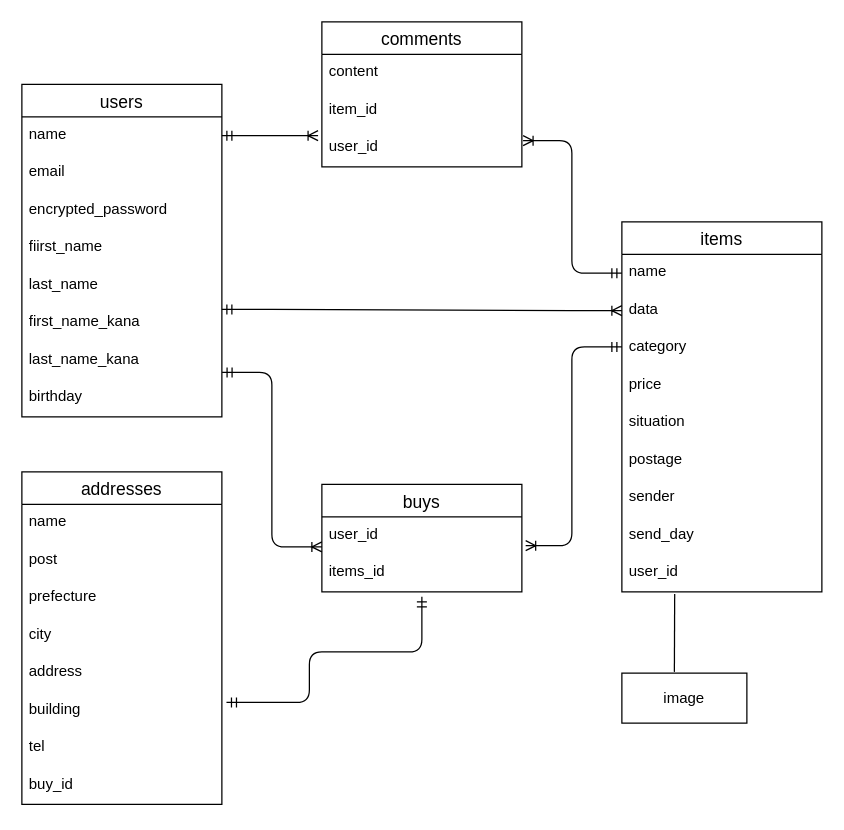
The draw.io diagram furima.dio in sugimotohayato/furima-39259, before the edit. Source tidied: cells renumbered, new cells numbered last; positions are measured from the earlier drawing's top-left corner, leaving out a move shared by most shapes. Both pictures are drawn from the tidied source at 125%, with x=0, y=0 at pixel (21, 21).
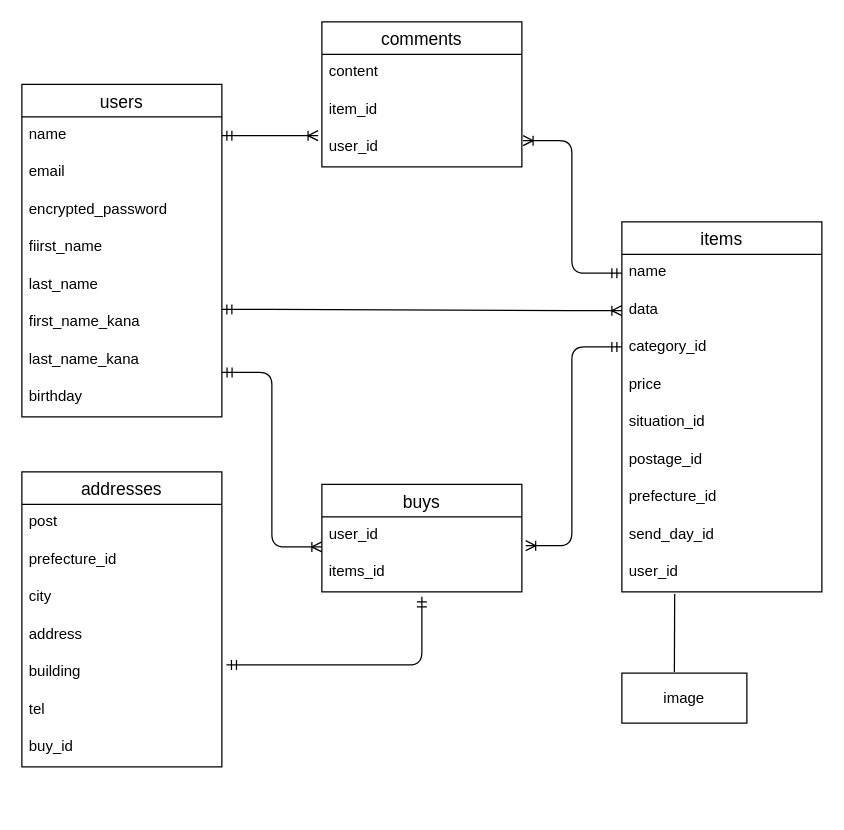
The same diagram, later.

The change refers to these unchanged cells:
```xml
<mxCell id="26" value="items_id" style="text;strokeColor=none;fillColor=none;spacingLeft=4;spacingRight=4;overflow=hidden;points=[[0,0.5],[1,0.5]];portConstraint=eastwest;fontSize=12;" parent="24" vertex="1">
  <mxGeometry y="56" width="160" height="30" as="geometry" />
</mxCell>
<mxCell id="27" value="items" style="swimlane;fontStyle=0;horizontal=1;startSize=26;align=center;fontSize=14;" parent="1" vertex="1">
  <mxGeometry x="480" y="160" width="160" height="296" as="geometry" />
</mxCell>
```

What changed in the source:
```diff
@@
     <mxCell id="11" value="addresses" style="swimlane;fontStyle=0;horizontal=1;startSize=26;align=center;fontSize=14;" parent="1" vertex="1">
-      <mxGeometry y="360" width="160" height="266" as="geometry" />
+      <mxGeometry y="360" width="160" height="236" as="geometry" />
     </mxCell>
-    <mxCell id="12" value="name" style="text;strokeColor=none;fillColor=none;spacingLeft=4;spacingRight=4;overflow=hidden;fontSize=12;" parent="11" vertex="1">
-      <mxGeometry y="26" width="160" height="30" as="geometry" />
-    </mxCell>
     <mxCell id="13" value="post" style="text;strokeColor=none;fillColor=none;spacingLeft=4;spacingRight=4;overflow=hidden;fontSize=12;" parent="11" vertex="1">
-      <mxGeometry y="56" width="160" height="30" as="geometry" />
+      <mxGeometry y="26" width="160" height="30" as="geometry" />
     </mxCell>
-    <mxCell id="14" value="prefecture" style="text;strokeColor=none;fillColor=none;spacingLeft=4;spacingRight=4;overflow=hidden;fontSize=12;" parent="11" vertex="1">
-      <mxGeometry y="86" width="160" height="30" as="geometry" />
+    <mxCell id="14" value="prefecture_id" style="text;strokeColor=none;fillColor=none;spacingLeft=4;spacingRight=4;overflow=hidden;fontSize=12;" parent="11" vertex="1">
+      <mxGeometry y="56" width="160" height="30" as="geometry" />
     </mxCell>
     <mxCell id="15" value="city" style="text;strokeColor=none;fillColor=none;spacingLeft=4;spacingRight=4;overflow=hidden;fontSize=12;" parent="11" vertex="1">
-      <mxGeometry y="116" width="160" height="30" as="geometry" />
+      <mxGeometry y="86" width="160" height="30" as="geometry" />
     </mxCell>
     <mxCell id="16" value="address" style="text;strokeColor=none;fillColor=none;spacingLeft=4;spacingRight=4;overflow=hidden;fontSize=12;" parent="11" vertex="1">
-      <mxGeometry y="146" width="160" height="30" as="geometry" />
+      <mxGeometry y="116" width="160" height="30" as="geometry" />
     </mxCell>
     <mxCell id="17" value="building&#10;&#10;&#10;" style="text;strokeColor=none;fillColor=none;spacingLeft=4;spacingRight=4;overflow=hidden;points=[[0,0.5],[1,0.5]];portConstraint=eastwest;fontSize=12;" parent="11" vertex="1">
-      <mxGeometry y="176" width="160" height="30" as="geometry" />
+      <mxGeometry y="146" width="160" height="30" as="geometry" />
     </mxCell>
     <mxCell id="18" value="tel" style="text;strokeColor=none;fillColor=none;spacingLeft=4;spacingRight=4;overflow=hidden;fontSize=12;" parent="11" vertex="1">
-      <mxGeometry y="206" width="160" height="30" as="geometry" />
+      <mxGeometry y="176" width="160" height="30" as="geometry" />
     </mxCell>
     <mxCell id="19" value="buy_id" style="text;strokeColor=none;fillColor=none;spacingLeft=4;spacingRight=4;overflow=hidden;fontSize=12;" parent="11" vertex="1">
-      <mxGeometry y="236" width="160" height="30" as="geometry" />
+      <mxGeometry y="206" width="160" height="30" as="geometry" />
     </mxCell>
@@
-    <mxCell id="30" value="category" style="text;strokeColor=none;fillColor=none;spacingLeft=4;spacingRight=4;overflow=hidden;fontSize=12;" parent="27" vertex="1">
+    <mxCell id="30" value="category_id" style="text;strokeColor=none;fillColor=none;spacingLeft=4;spacingRight=4;overflow=hidden;fontSize=12;" parent="27" vertex="1">
       <mxGeometry y="86" width="160" height="30" as="geometry" />
     </mxCell>
@@
-    <mxCell id="32" value="situation" style="text;strokeColor=none;fillColor=none;spacingLeft=4;spacingRight=4;overflow=hidden;fontSize=12;" parent="27" vertex="1">
+    <mxCell id="32" value="situation_id" style="text;strokeColor=none;fillColor=none;spacingLeft=4;spacingRight=4;overflow=hidden;fontSize=12;" parent="27" vertex="1">
       <mxGeometry y="146" width="160" height="30" as="geometry" />
     </mxCell>
-    <mxCell id="33" value="postage" style="text;strokeColor=none;fillColor=none;spacingLeft=4;spacingRight=4;overflow=hidden;fontSize=12;" parent="27" vertex="1">
+    <mxCell id="33" value="postage_id" style="text;strokeColor=none;fillColor=none;spacingLeft=4;spacingRight=4;overflow=hidden;fontSize=12;" parent="27" vertex="1">
       <mxGeometry y="176" width="160" height="30" as="geometry" />
     </mxCell>
-    <mxCell id="34" value="sender" style="text;strokeColor=none;fillColor=none;spacingLeft=4;spacingRight=4;overflow=hidden;fontSize=12;" parent="27" vertex="1">
+    <mxCell id="34" value="prefecture_id" style="text;strokeColor=none;fillColor=none;spacingLeft=4;spacingRight=4;overflow=hidden;fontSize=12;" parent="27" vertex="1">
       <mxGeometry y="206" width="160" height="30" as="geometry" />
     </mxCell>
-    <mxCell id="35" value="send_day" style="text;strokeColor=none;fillColor=none;spacingLeft=4;spacingRight=4;overflow=hidden;fontSize=12;" parent="27" vertex="1">
+    <mxCell id="35" value="send_day_id" style="text;strokeColor=none;fillColor=none;spacingLeft=4;spacingRight=4;overflow=hidden;fontSize=12;" parent="27" vertex="1">
       <mxGeometry y="236" width="160" height="30" as="geometry" />
     </mxCell>
@@
     <mxCell id="42" style="fontSize=12;html=1;endArrow=ERmandOne;startArrow=ERmandOne;edgeStyle=orthogonalEdgeStyle;entryX=0.5;entryY=1.133;entryDx=0;entryDy=0;entryPerimeter=0;exitX=1.023;exitY=0.281;exitDx=0;exitDy=0;exitPerimeter=0;" parent="1" edge="1" source="17" target="26">
       <mxGeometry relative="1" as="geometry">
         <Array as="points">
-          <mxPoint x="230" y="504" />
-          <mxPoint x="320" y="504" />
+          <mxPoint x="320" y="514" />
         </Array>
       </mxGeometry>
     </mxCell>
```
